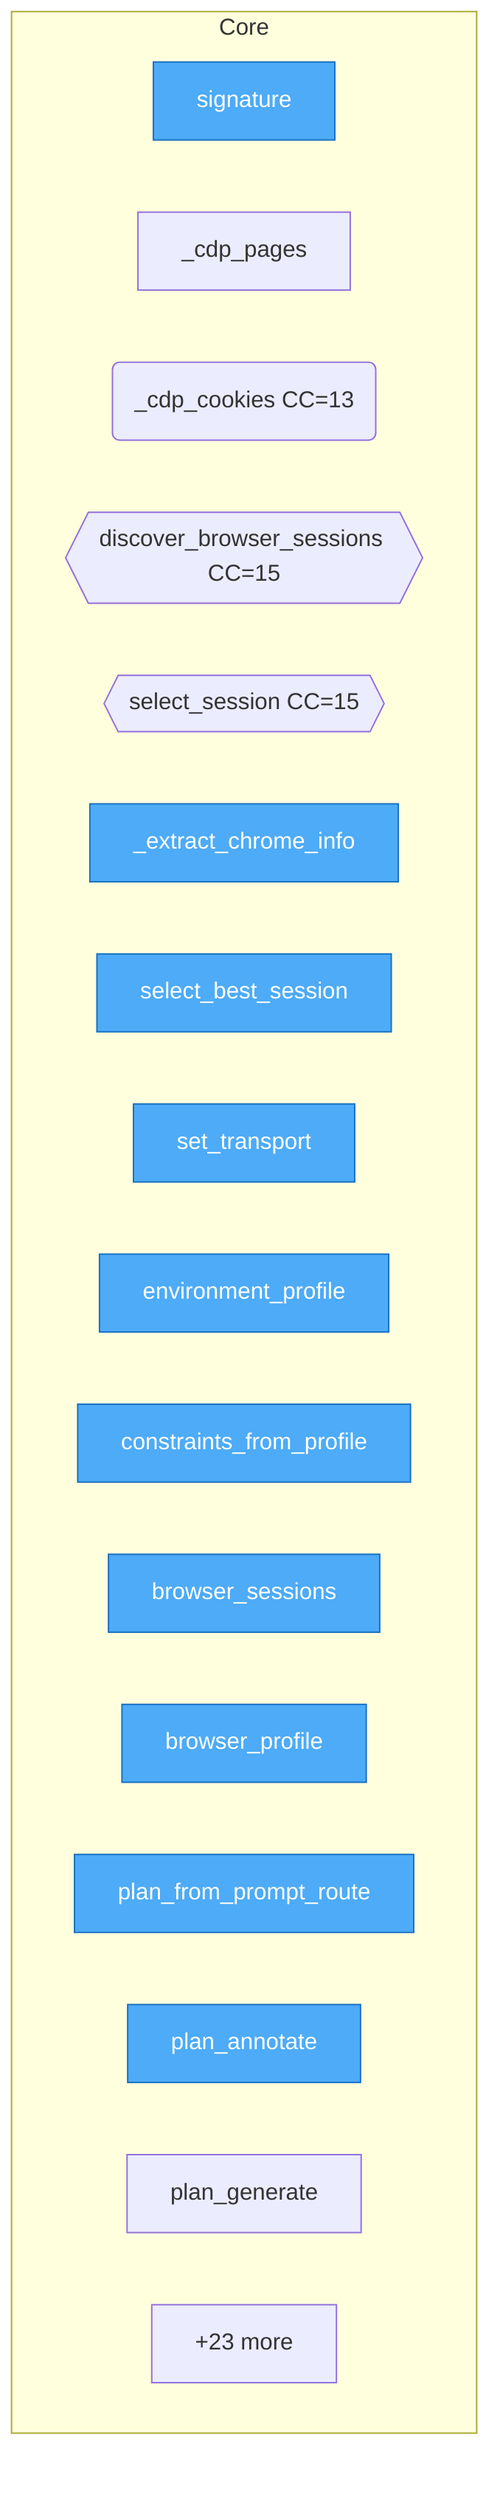
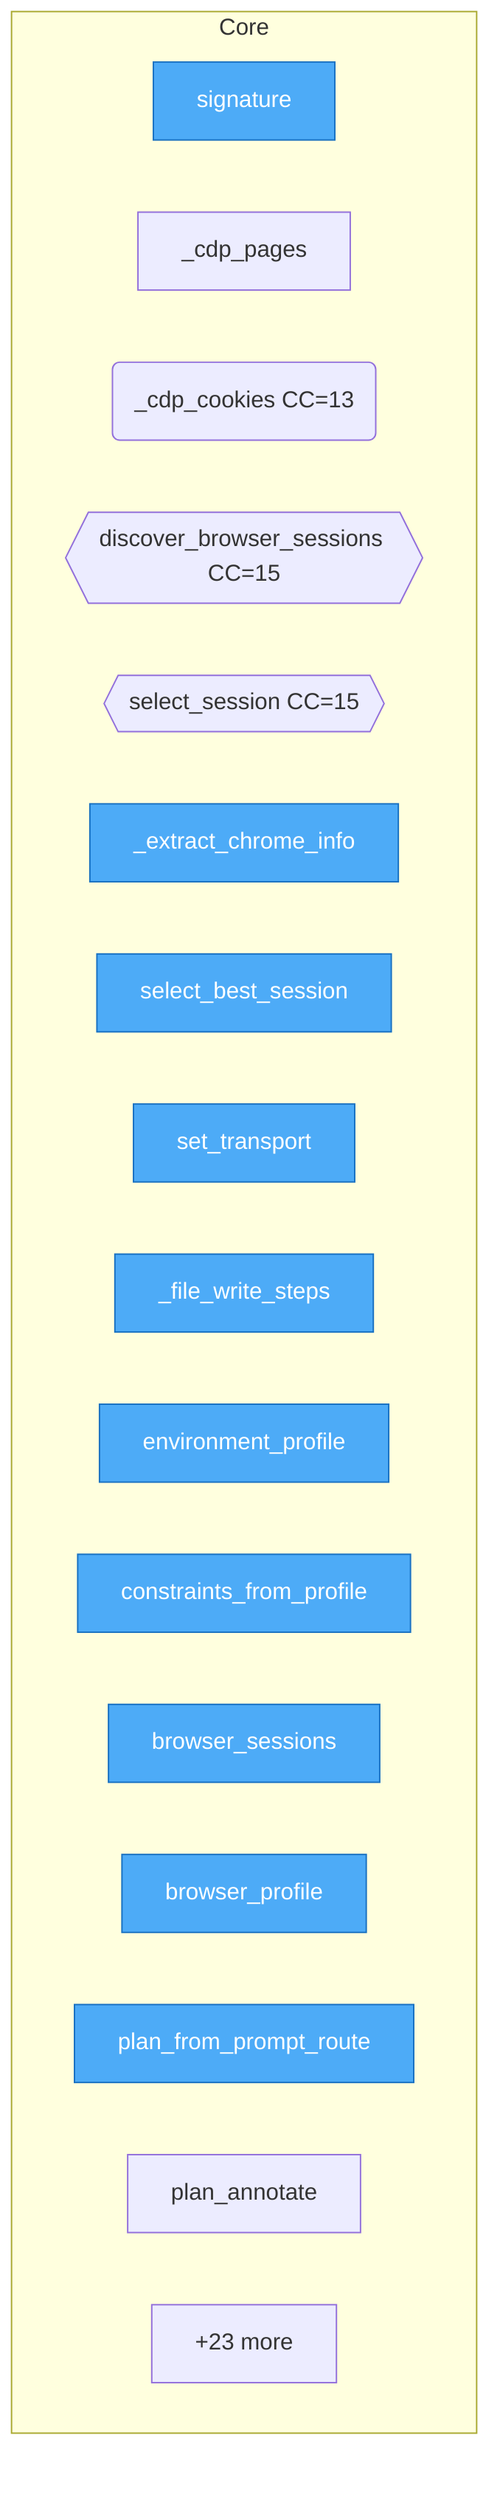
flowchart TD
%% generated in 0.00s

    %% Entry points (blue)
    classDef entry fill:#4dabf7,stroke:#1971c2,color:#fff

    subgraph Core
        urirun_connector_twin__sandbox__Scenario__signature["signature"]
        urirun_connector_twin__browser___cdp_pages["_cdp_pages"]
        urirun_connector_twin__browser___cdp_cookies("_cdp_cookies CC=13")
        urirun_connector_twin__browser__discover_browser_sessions{{discover_browser_sessions CC=15}}
        urirun_connector_twin__browser__select_session{{select_session CC=15}}
        urirun_connector_twin__browser___extract_chrome_info["_extract_chrome_info"]
        urirun_connector_twin__browser__select_best_session["select_best_session"]
        urirun_connector_twin__dispatch__set_transport["set_transport"]
+         urirun_connector_twin__prompt_plan___file_write_steps["_file_write_steps"]
        urirun_connector_twin__core__environment_profile["environment_profile"]
        urirun_connector_twin__core__constraints_from_profile["constraints_from_profile"]
        urirun_connector_twin__core__browser_sessions["browser_sessions"]
        urirun_connector_twin__core__browser_profile["browser_profile"]
        urirun_connector_twin__core__plan_from_prompt_route["plan_from_prompt_route"]
        urirun_connector_twin__core__plan_annotate["plan_annotate"]
-         urirun_connector_twin__core__plan_generate["plan_generate"]
        ...["+23 more"]
    end

-     class urirun_connector_twin__sandbox__Scenario__signature,urirun_connector_twin__browser___extract_chrome_info,urirun_connector_twin__browser__select_best_session,urirun_connector_twin__dispatch__set_transport,urirun_connector_twin__core__environment_profile,urirun_connector_twin__core__constraints_from_profile,urirun_connector_twin__core__browser_sessions,urirun_connector_twin__core__browser_profile,urirun_connector_twin__core__plan_from_prompt_route,urirun_connector_twin__core__plan_annotate entry
+     class urirun_connector_twin__sandbox__Scenario__signature,urirun_connector_twin__browser___extract_chrome_info,urirun_connector_twin__browser__select_best_session,urirun_connector_twin__dispatch__set_transport,urirun_connector_twin__prompt_plan___file_write_steps,urirun_connector_twin__core__environment_profile,urirun_connector_twin__core__constraints_from_profile,urirun_connector_twin__core__browser_sessions,urirun_connector_twin__core__browser_profile,urirun_connector_twin__core__plan_from_prompt_route entry
